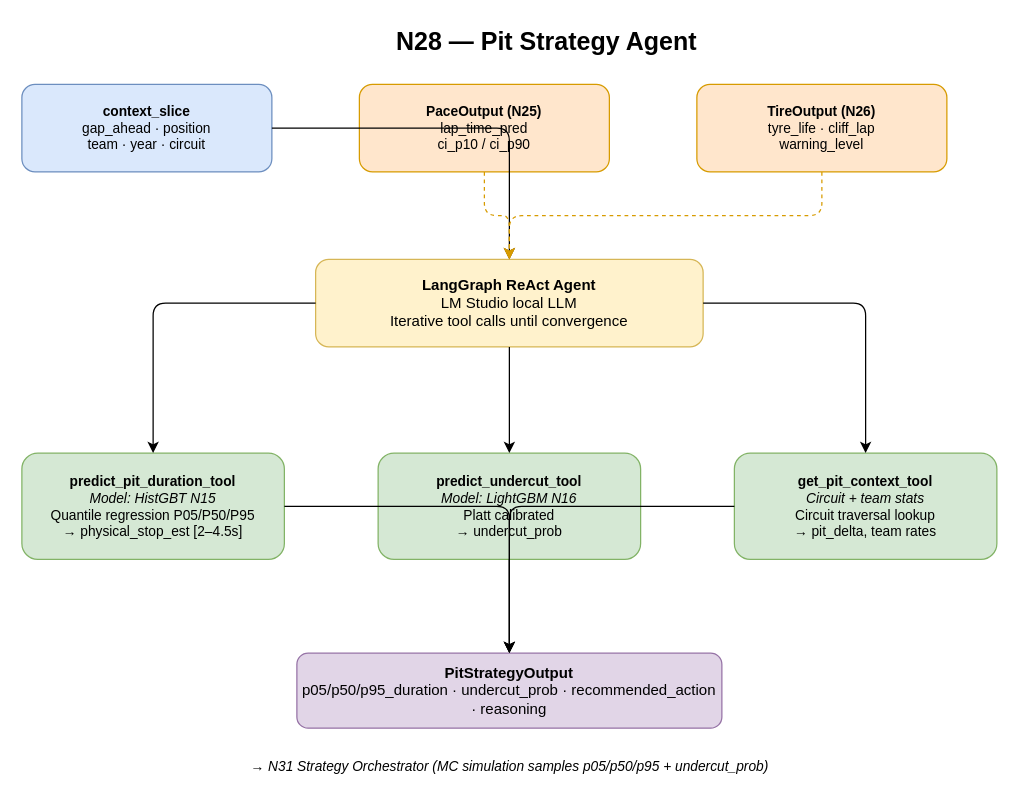
The draw.io diagram documents/dev_docs/diagrams/agents/N28_pit_strategy_agent.drawio in VforVitorio/F1-StratLab, before the edit. Source tidied: cells renumbered, new cells numbered last; positions are measured from the earlier drawing's top-left corner, leaving out a move shared by most shapes. Both pictures are drawn from the tidied source at 125%, with x=0, y=0 at pixel (21, 21).
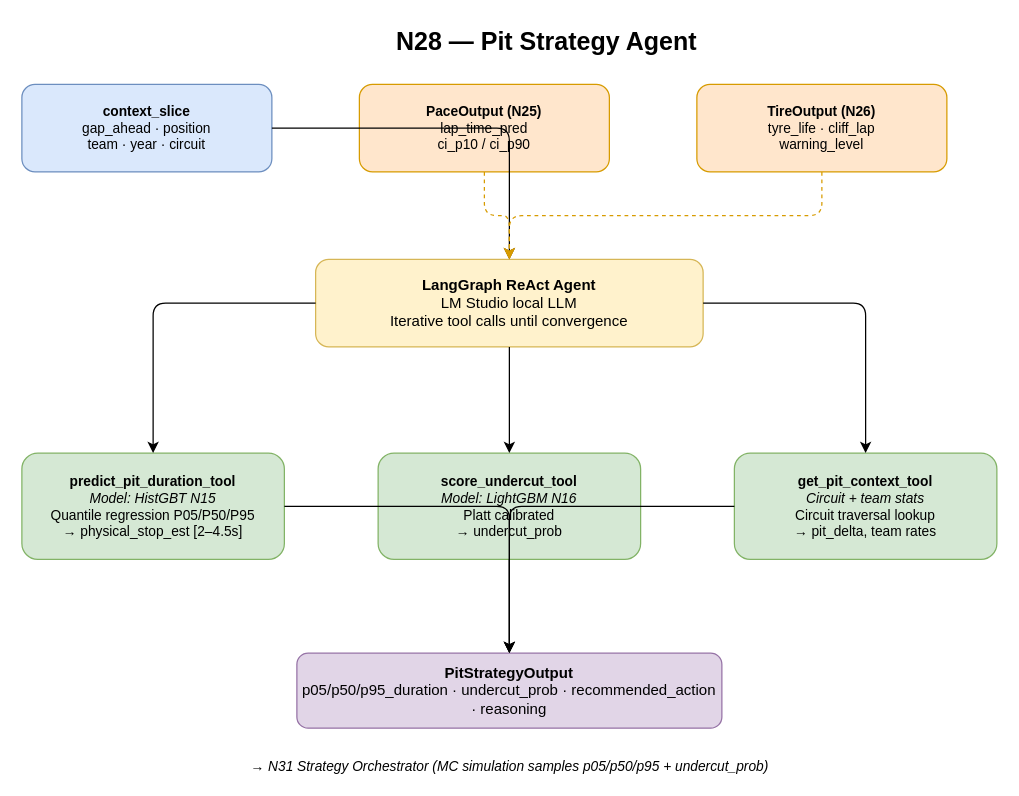
After the change.

Commit message (it also covers changes not shown here):
mark v0.10 complete in ROADMAP, fix stale tool names in N26/N28 diagrams - N31 done, warning levels corrected, circuit_cluster_thresholds status updated

The edit, as a diff of the source:
```diff
@@
-    <mxCell id="8" value="&lt;b&gt;predict_undercut_tool&lt;/b&gt;&lt;br/&gt;&lt;i&gt;Model: LightGBM N16&lt;/i&gt;&lt;br/&gt;Platt calibrated&lt;br/&gt;→ undercut_prob" style="rounded=1;whiteSpace=wrap;html=1;fillColor=#d5e8d4;strokeColor=#82b366;fontSize=11;" parent="1" vertex="1">
+    <mxCell id="8" value="&lt;b&gt;score_undercut_tool&lt;/b&gt;&lt;br/&gt;&lt;i&gt;Model: LightGBM N16&lt;/i&gt;&lt;br/&gt;Platt calibrated&lt;br/&gt;→ undercut_prob" style="rounded=1;whiteSpace=wrap;html=1;fillColor=#d5e8d4;strokeColor=#82b366;fontSize=11;" parent="1" vertex="1">
       <mxGeometry x="285" y="345" width="210" height="85" as="geometry" />
     </mxCell>
```
